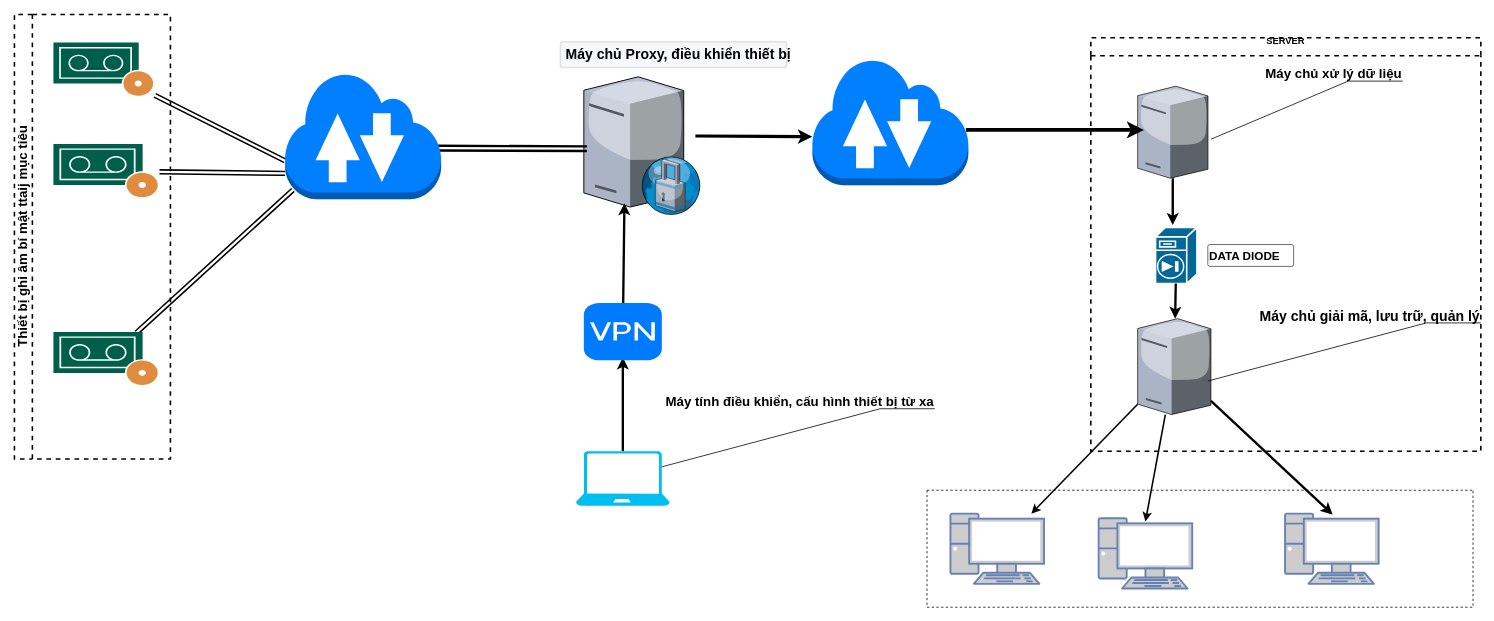
The draw.io diagram Untitled Diagram.drawio in Lehuutuong/Project, before the edit. Source tidied: cells renumbered, new cells numbered last; positions are measured from the earlier drawing's top-left corner, leaving out a move shared by most shapes. Both pictures are drawn from the tidied source at 78%, with x=0, y=0 at pixel (14, 14).
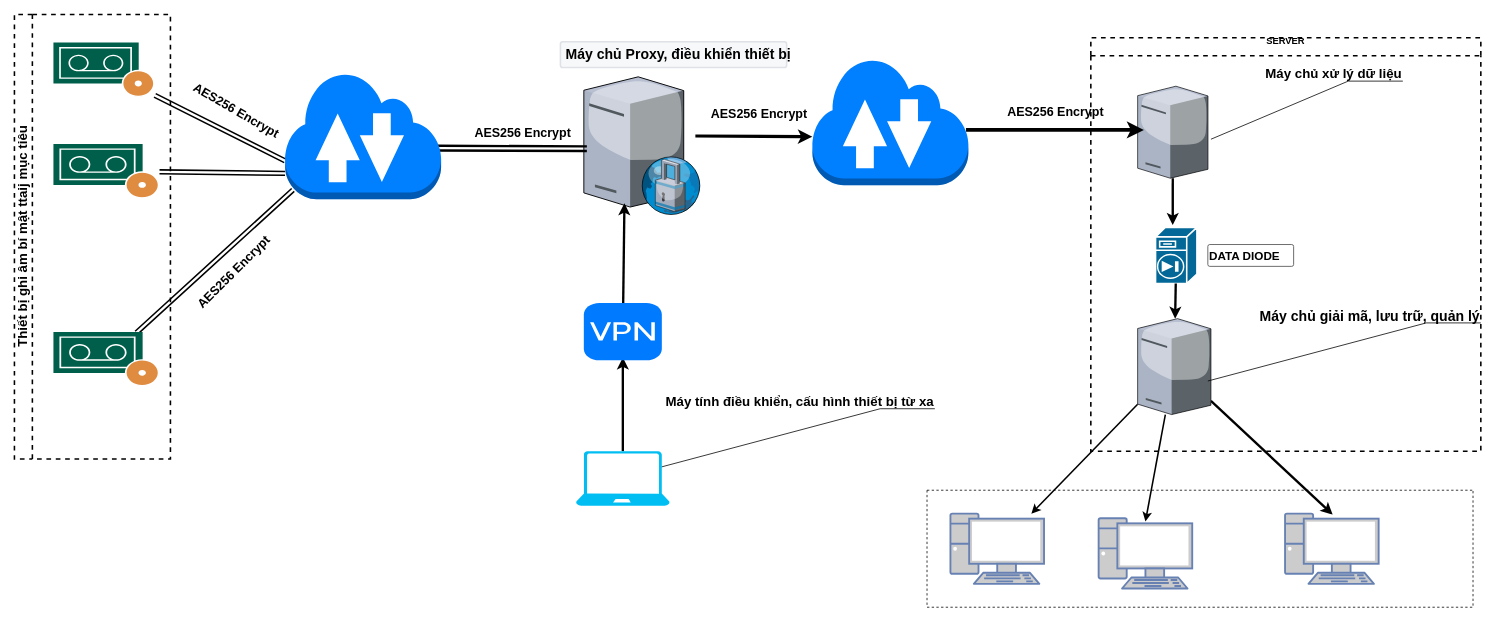
The same diagram, later.

The edit, as a diff of the source:
```diff
@@
+    <mxCell id="38" value="&lt;b&gt;&lt;font style=&quot;font-size: 16px;&quot;&gt;AES256 Encrypt&lt;/font&gt;&lt;/b&gt;" style="text;html=1;strokeColor=none;fillColor=none;align=center;verticalAlign=middle;whiteSpace=wrap;rounded=0;" parent="1" vertex="1">
+      <mxGeometry x="860" y="112" width="190" height="30" as="geometry" />
+    </mxCell>
+    <mxCell id="39" value="&lt;b&gt;&lt;font style=&quot;font-size: 16px;&quot;&gt;AES256 Encrypt&lt;/font&gt;&lt;/b&gt;" style="text;html=1;strokeColor=none;fillColor=none;align=center;verticalAlign=middle;whiteSpace=wrap;rounded=0;" parent="1" vertex="1">
+      <mxGeometry x="557" y="137" width="190" height="30" as="geometry" />
+    </mxCell>
+    <mxCell id="40" value="&lt;b&gt;&lt;font style=&quot;font-size: 16px;&quot;&gt;AES256 Encrypt&lt;/font&gt;&lt;/b&gt;" style="text;html=1;strokeColor=none;fillColor=none;align=center;verticalAlign=middle;whiteSpace=wrap;rounded=0;" parent="1" vertex="1">
+      <mxGeometry x="1240" y="110" width="190" height="30" as="geometry" />
+    </mxCell>
+    <mxCell id="41" value="&lt;b&gt;&lt;font style=&quot;font-size: 16px;&quot;&gt;AES256 Encrypt&lt;/font&gt;&lt;/b&gt;" style="text;html=1;strokeColor=none;fillColor=none;align=center;verticalAlign=middle;whiteSpace=wrap;rounded=0;rotation=30;" parent="1" vertex="1">
+      <mxGeometry x="190" y="108" width="190" height="30" as="geometry" />
+    </mxCell>
+    <mxCell id="42" value="&lt;b&gt;&lt;font style=&quot;font-size: 16px;&quot;&gt;AES256 Encrypt&lt;/font&gt;&lt;/b&gt;" style="text;html=1;strokeColor=none;fillColor=none;align=center;verticalAlign=middle;whiteSpace=wrap;rounded=0;rotation=-45;" parent="1" vertex="1">
+      <mxGeometry x="186" y="315" width="190" height="30" as="geometry" />
+    </mxCell>
```
